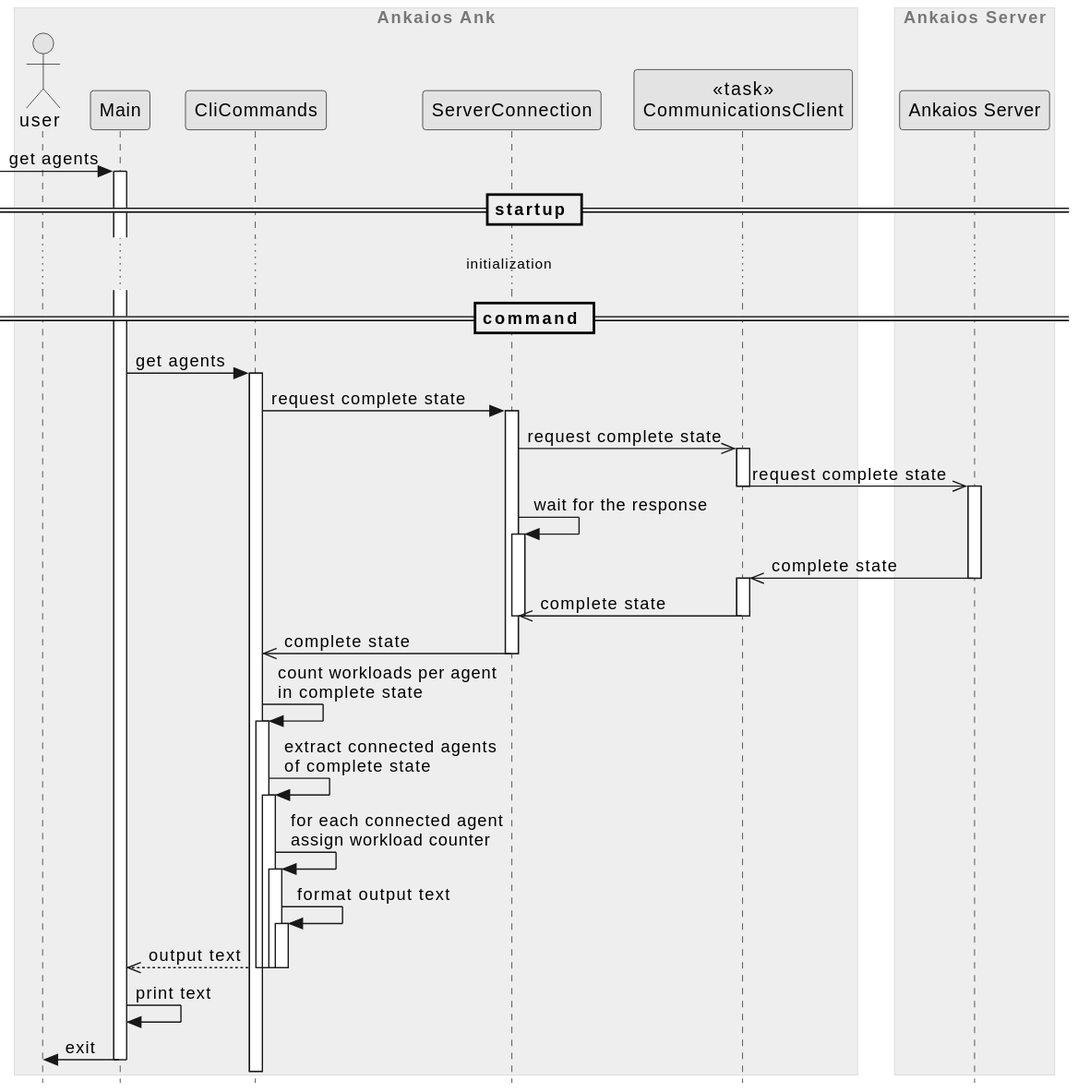
Earlier version of the PlantUML export ank/doc/swdesign/plantuml/seq_get_agent.svg (eclipse-ankaios/ankaios).
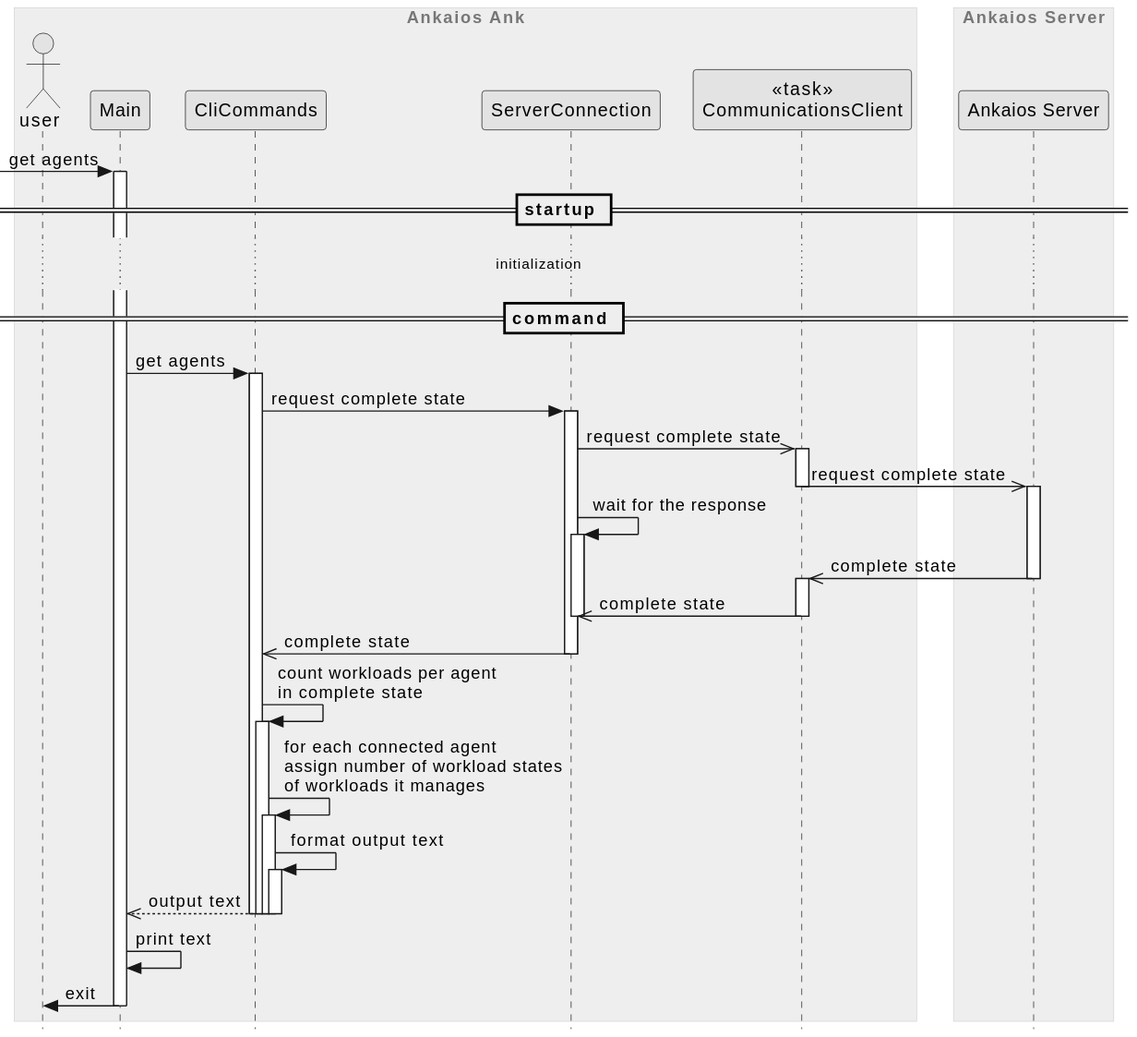
The same diagram one commit later.

Commit message:
Adapt workload count part of sequence diagram

The edit, as a diff of the source:
```diff
@@ -34,8 +34,7 @@
 cli_commands <<- server_connection --: complete state
 
 cli_commands -> cli_commands ++: count workloads per agent\nin complete state
-cli_commands -> cli_commands ++: extract connected agents\nof complete state
-cli_commands -> cli_commands ++: for each connected agent\nassign workload counter
+cli_commands -> cli_commands ++: for each connected agent\nassign number of workload states\nof workloads it manages
 cli_commands -> cli_commands ++: format output text
 main <<-- cli_commands -- : output text
 deactivate cli_commands
```
